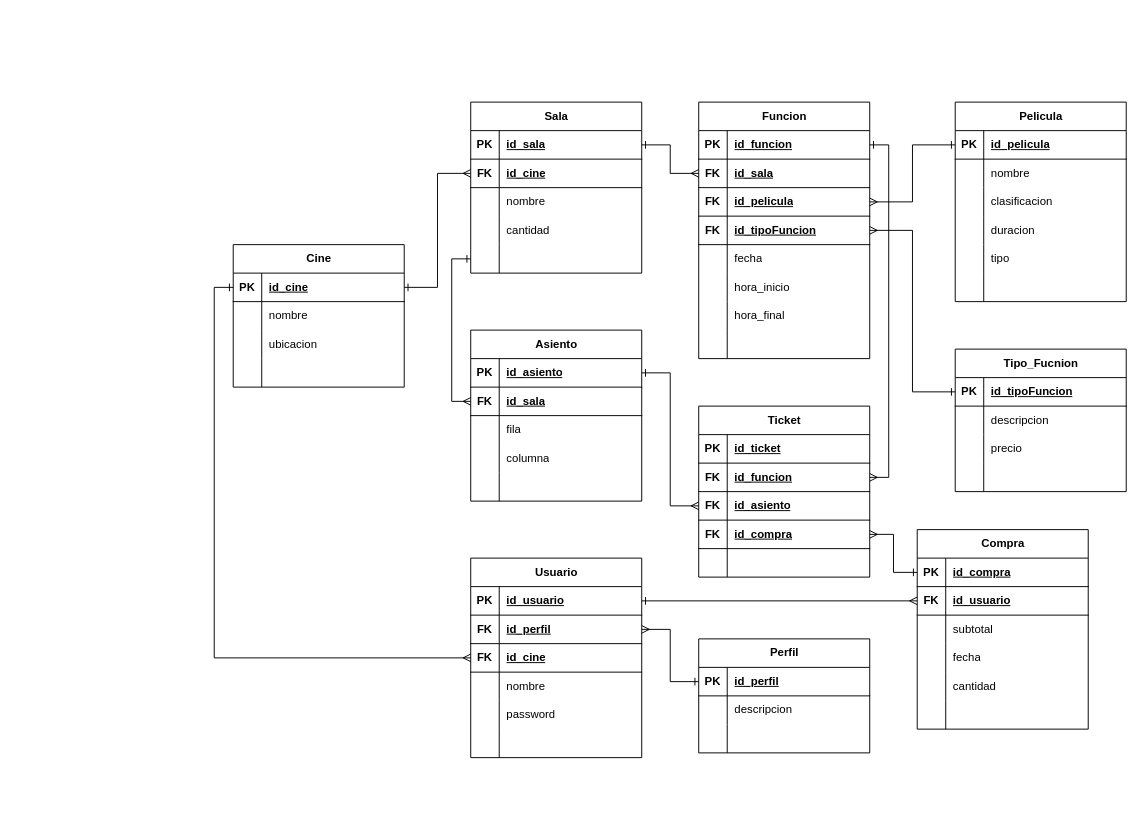
Before: Untitled Diagram.drawio in velozo-ag/graphs, a draw.io diagram. Source tidied: cells renumbered, new cells numbered last; positions are measured from the earlier drawing's top-left corner, leaving out a move shared by most shapes. Both pictures are drawn from the tidied source at 95%, with x=0, y=0 at pixel (233, 102).
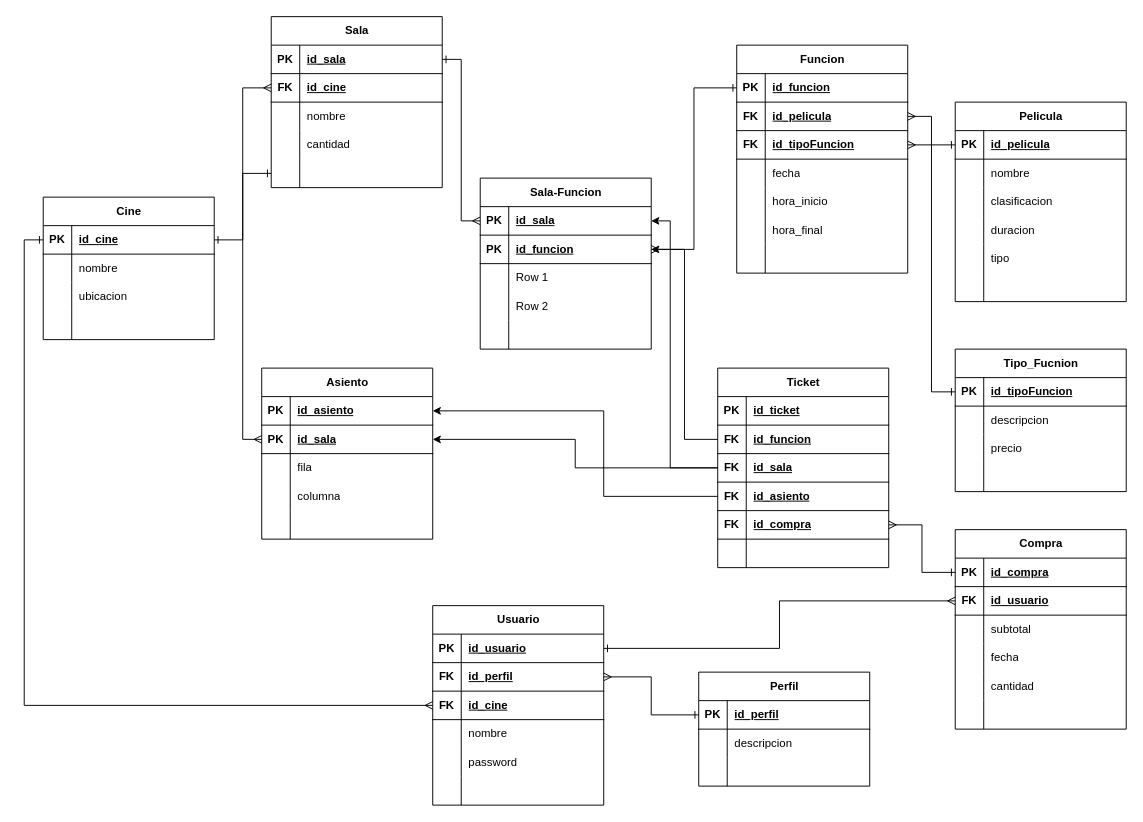
The same page after the edit.

The change refers to these unchanged cells:
```xml
<mxCell id="3" style="shape=tableRow;horizontal=0;startSize=0;swimlaneHead=0;swimlaneBody=0;fillColor=none;points=[[0,0.5],[1,0.5]];portConstraint=eastwest;top=0;left=0;right=0;bottom=1;" parent="2" vertex="1">
  <mxGeometry y="30" width="180" height="30" as="geometry" />
</mxCell>
<mxCell id="19" style="shape=tableRow;horizontal=0;startSize=0;swimlaneHead=0;swimlaneBody=0;fillColor=none;points=[[0,0.5],[1,0.5]];portConstraint=eastwest;top=0;left=0;right=0;bottom=1;" parent="18" vertex="1">
  <mxGeometry y="30" width="180" height="30" as="geometry" />
</mxCell>
<mxCell id="22" style="shape=tableRow;horizontal=0;startSize=0;swimlaneHead=0;swimlaneBody=0;fillColor=none;points=[[0,0.5],[1,0.5]];portConstraint=eastwest;top=0;left=0;right=0;bottom=1;" parent="18" vertex="1">
  <mxGeometry y="60" width="180" height="30" as="geometry" />
</mxCell>
<mxCell id="48" style="shape=tableRow;horizontal=0;startSize=0;swimlaneHead=0;swimlaneBody=0;fillColor=none;points=[[0,0.5],[1,0.5]];portConstraint=eastwest;top=0;left=0;right=0;bottom=1;" parent="47" vertex="1">
  <mxGeometry y="30" width="180" height="30" as="geometry" />
</mxCell>
<mxCell id="95" style="shape=tableRow;horizontal=0;startSize=0;swimlaneHead=0;swimlaneBody=0;fillColor=none;points=[[0,0.5],[1,0.5]];portConstraint=eastwest;top=0;left=0;right=0;bottom=1;" parent="91" vertex="1">
  <mxGeometry y="60" width="180" height="30" as="geometry" />
</mxCell>
<mxCell id="98" style="shape=tableRow;horizontal=0;startSize=0;swimlaneHead=0;swimlaneBody=0;fillColor=none;points=[[0,0.5],[1,0.5]];portConstraint=eastwest;top=0;left=0;right=0;bottom=1;" parent="91" vertex="1">
  <mxGeometry y="90" width="180" height="30" as="geometry" />
</mxCell>
```

What changed in the source:
```diff
@@
     <mxCell id="2" value="Sala" style="shape=table;startSize=30;childLayout=tableLayout;rowLines=0;fontStyle=1;align=center;html=1;" parent="1" vertex="1">
-      <mxGeometry x="250" width="180" height="180" as="geometry" />
+      <mxGeometry x="40" y="-90" width="180" height="180" as="geometry" />
     </mxCell>
@@
     <mxCell id="18" value="Asiento" style="shape=table;startSize=30;childLayout=tableLayout;rowLines=0;fontStyle=1;align=center;html=1;" parent="1" vertex="1">
-      <mxGeometry x="250" y="240" width="180" height="180" as="geometry" />
+      <mxGeometry x="30" y="280" width="180" height="180" as="geometry" />
     </mxCell>
@@
-    <mxCell id="23" value="FK" style="shape=partialRectangle;fillColor=none;top=0;left=0;bottom=0;right=0;fontStyle=1;overflow=hidden;whiteSpace=wrap;html=1;" parent="22" vertex="1">
+    <mxCell id="23" value="PK" style="shape=partialRectangle;fillColor=none;top=0;left=0;bottom=0;right=0;fontStyle=1;overflow=hidden;whiteSpace=wrap;html=1;" parent="22" vertex="1">
       <mxGeometry width="30" height="30" as="geometry" />
     </mxCell>
@@
     <mxCell id="34" value="Cine" style="shape=table;startSize=30;childLayout=tableLayout;rowLines=0;fontStyle=1;align=center;html=1;" parent="1" vertex="1">
-      <mxGeometry y="150" width="180" height="150" as="geometry" />
+      <mxGeometry x="-200" y="100" width="180" height="150" as="geometry" />
     </mxCell>
@@
     <mxCell id="47" value="Funcion" style="shape=table;startSize=30;childLayout=tableLayout;rowLines=0;fontStyle=1;align=center;html=1;" parent="1" vertex="1">
-      <mxGeometry x="490" width="180" height="270" as="geometry" />
+      <mxGeometry x="530" y="-60" width="180" height="240" as="geometry" />
     </mxCell>
@@
-    <mxCell id="51" style="shape=tableRow;horizontal=0;startSize=0;swimlaneHead=0;swimlaneBody=0;fillColor=none;points=[[0,0.5],[1,0.5]];portConstraint=eastwest;top=0;left=0;right=0;bottom=1;" parent="47" vertex="1">
-      <mxGeometry y="60" width="180" height="30" as="geometry" />
-    </mxCell>
-    <mxCell id="52" value="FK" style="shape=partialRectangle;fillColor=none;top=0;left=0;bottom=0;right=0;fontStyle=1;overflow=hidden;whiteSpace=wrap;html=1;" parent="51" vertex="1">
-      <mxGeometry width="30" height="30" as="geometry" />
-    </mxCell>
-    <mxCell id="53" value="id_sala" style="shape=partialRectangle;fillColor=none;top=0;left=0;bottom=0;right=0;align=left;spacingLeft=6;fontStyle=5;overflow=hidden;whiteSpace=wrap;html=1;" parent="51" vertex="1">
-      <mxGeometry x="30" width="150" height="30" as="geometry" />
-    </mxCell>
     <mxCell id="54" style="shape=tableRow;horizontal=0;startSize=0;swimlaneHead=0;swimlaneBody=0;fillColor=none;points=[[0,0.5],[1,0.5]];portConstraint=eastwest;top=0;left=0;right=0;bottom=1;" parent="47" vertex="1">
-      <mxGeometry y="90" width="180" height="30" as="geometry" />
+      <mxGeometry y="60" width="180" height="30" as="geometry" />
     </mxCell>
@@
     <mxCell id="57" style="shape=tableRow;horizontal=0;startSize=0;swimlaneHead=0;swimlaneBody=0;fillColor=none;points=[[0,0.5],[1,0.5]];portConstraint=eastwest;top=0;left=0;right=0;bottom=1;" parent="47" vertex="1">
-      <mxGeometry y="120" width="180" height="30" as="geometry" />
+      <mxGeometry y="90" width="180" height="30" as="geometry" />
     </mxCell>
@@
     <mxCell id="60" style="shape=tableRow;horizontal=0;startSize=0;swimlaneHead=0;swimlaneBody=0;fillColor=none;top=0;left=0;right=0;bottom=0;" parent="47" vertex="1">
-      <mxGeometry y="150" width="180" height="30" as="geometry" />
+      <mxGeometry y="120" width="180" height="30" as="geometry" />
     </mxCell>
@@
     <mxCell id="63" style="shape=tableRow;horizontal=0;startSize=0;swimlaneHead=0;swimlaneBody=0;fillColor=none;top=0;left=0;right=0;bottom=0;" parent="47" vertex="1">
-      <mxGeometry y="180" width="180" height="30" as="geometry" />
+      <mxGeometry y="150" width="180" height="30" as="geometry" />
     </mxCell>
@@
     <mxCell id="66" style="shape=tableRow;horizontal=0;startSize=0;swimlaneHead=0;swimlaneBody=0;fillColor=none;top=0;left=0;right=0;bottom=0;" parent="47" vertex="1">
-      <mxGeometry y="210" width="180" height="30" as="geometry" />
+      <mxGeometry y="180" width="180" height="30" as="geometry" />
     </mxCell>
@@
     <mxCell id="69" style="shape=tableRow;horizontal=0;startSize=0;swimlaneHead=0;swimlaneBody=0;fillColor=none;top=0;left=0;right=0;bottom=0;" parent="47" vertex="1">
-      <mxGeometry y="240" width="180" height="30" as="geometry" />
+      <mxGeometry y="210" width="180" height="30" as="geometry" />
     </mxCell>
@@
     <mxCell id="91" value="Ticket" style="shape=table;startSize=30;childLayout=tableLayout;rowLines=0;fontStyle=1;align=center;html=1;" parent="1" vertex="1">
-      <mxGeometry x="490" y="320" width="180" height="180" as="geometry" />
+      <mxGeometry x="510" y="280" width="180" height="210" as="geometry" />
     </mxCell>
@@
-    <mxCell id="100" value="id_asiento" style="shape=partialRectangle;fillColor=none;top=0;left=0;bottom=0;right=0;align=left;spacingLeft=6;fontStyle=5;overflow=hidden;whiteSpace=wrap;html=1;" parent="98" vertex="1">
+    <mxCell id="100" value="id_sala" style="shape=partialRectangle;fillColor=none;top=0;left=0;bottom=0;right=0;align=left;spacingLeft=6;fontStyle=5;overflow=hidden;whiteSpace=wrap;html=1;" parent="98" vertex="1">
       <mxGeometry x="30" width="150" height="30" as="geometry" />
     </mxCell>
+    <mxCell id="179" style="shape=tableRow;horizontal=0;startSize=0;swimlaneHead=0;swimlaneBody=0;fillColor=none;points=[[0,0.5],[1,0.5]];portConstraint=eastwest;top=0;left=0;right=0;bottom=1;" parent="91" vertex="1">
+      <mxGeometry y="120" width="180" height="30" as="geometry" />
+    </mxCell>
+    <mxCell id="52" value="FK" style="shape=partialRectangle;fillColor=none;top=0;left=0;bottom=0;right=0;fontStyle=1;overflow=hidden;whiteSpace=wrap;html=1;" parent="179" vertex="1">
+      <mxGeometry width="30" height="30" as="geometry" />
+    </mxCell>
+    <mxCell id="180" value="id_asiento" style="shape=partialRectangle;fillColor=none;top=0;left=0;bottom=0;right=0;align=left;spacingLeft=6;fontStyle=5;overflow=hidden;whiteSpace=wrap;html=1;" parent="179" vertex="1">
+      <mxGeometry x="30" width="150" height="30" as="geometry" />
+    </mxCell>
     <mxCell id="101" style="shape=tableRow;horizontal=0;startSize=0;swimlaneHead=0;swimlaneBody=0;fillColor=none;points=[[0,0.5],[1,0.5]];portConstraint=eastwest;top=0;left=0;right=0;bottom=1;" parent="91" vertex="1">
-      <mxGeometry y="120" width="180" height="30" as="geometry" />
+      <mxGeometry y="150" width="180" height="30" as="geometry" />
     </mxCell>
@@
     <mxCell id="104" style="shape=tableRow;horizontal=0;startSize=0;swimlaneHead=0;swimlaneBody=0;fillColor=none;top=0;left=0;right=0;bottom=0;" parent="91" vertex="1">
-      <mxGeometry y="150" width="180" height="30" as="geometry" />
+      <mxGeometry y="180" width="180" height="30" as="geometry" />
     </mxCell>
@@
     <mxCell id="120" value="Compra" style="shape=table;startSize=30;childLayout=tableLayout;rowLines=0;fontStyle=1;align=center;html=1;" parent="1" vertex="1">
-      <mxGeometry x="720" y="450" width="180" height="210" as="geometry" />
+      <mxGeometry x="760" y="450" width="180" height="210" as="geometry" />
     </mxCell>
@@
-    <mxCell id="139" style="edgeStyle=orthogonalEdgeStyle;rounded=0;jettySize=auto;html=1;exitX=1;exitY=0.5;exitDx=0;exitDy=0;entryX=0;entryY=0.5;entryDx=0;entryDy=0;endArrow=ERmany;endFill=0;startArrow=ERone;startFill=0;" parent="1" edge="1" source="3" target="51">
-      <mxGeometry relative="1" as="geometry" />
-    </mxCell>
@@
-    <mxCell id="143" style="edgeStyle=orthogonalEdgeStyle;rounded=0;jettySize=auto;html=1;exitX=0;exitY=0.5;exitDx=0;exitDy=0;entryX=1;entryY=0.5;entryDx=0;entryDy=0;endArrow=ERone;endFill=0;startArrow=ERmany;startFill=0;" parent="1" edge="1" source="98" target="19">
-      <mxGeometry relative="1" as="geometry" />
-    </mxCell>
-    <mxCell id="144" style="edgeStyle=orthogonalEdgeStyle;rounded=0;jettySize=auto;html=1;exitX=1;exitY=0.5;exitDx=0;exitDy=0;entryX=1;entryY=0.5;entryDx=0;entryDy=0;endArrow=ERone;endFill=0;startArrow=ERmany;startFill=0;" parent="1" edge="1" source="95" target="48">
-      <mxGeometry relative="1" as="geometry" />
-    </mxCell>
@@
     <mxCell id="146" value="Usuario" style="shape=table;startSize=30;childLayout=tableLayout;rowLines=0;fontStyle=1;align=center;html=1;" parent="1" vertex="1">
-      <mxGeometry x="250" y="480" width="180" height="210" as="geometry" />
+      <mxGeometry x="210" y="530" width="180" height="210" as="geometry" />
     </mxCell>
@@
     <mxCell id="168" value="Perfil" style="shape=table;startSize=30;childLayout=tableLayout;rowLines=0;fontStyle=1;align=center;html=1;" parent="1" vertex="1">
-      <mxGeometry x="490" y="565" width="180" height="120" as="geometry" />
+      <mxGeometry x="490" y="600" width="180" height="120" as="geometry" />
     </mxCell>
@@
+    <mxCell id="181" value="Sala-Funcion" style="shape=table;startSize=30;childLayout=tableLayout;rowLines=0;fontStyle=1;align=center;html=1;" parent="1" vertex="1">
+      <mxGeometry x="260" y="80" width="180" height="180" as="geometry" />
+    </mxCell>
+    <mxCell id="182" style="shape=tableRow;horizontal=0;startSize=0;swimlaneHead=0;swimlaneBody=0;fillColor=none;points=[[0,0.5],[1,0.5]];portConstraint=eastwest;top=0;left=0;right=0;bottom=1;" parent="181" vertex="1">
+      <mxGeometry y="30" width="180" height="30" as="geometry" />
+    </mxCell>
+    <mxCell id="183" value="PK" style="shape=partialRectangle;fillColor=none;top=0;left=0;bottom=0;right=0;fontStyle=1;overflow=hidden;whiteSpace=wrap;html=1;" parent="182" vertex="1">
+      <mxGeometry width="30" height="30" as="geometry" />
+    </mxCell>
+    <mxCell id="53" value="id_sala" style="shape=partialRectangle;fillColor=none;top=0;left=0;bottom=0;right=0;align=left;spacingLeft=6;fontStyle=5;overflow=hidden;whiteSpace=wrap;html=1;" parent="182" vertex="1">
+      <mxGeometry x="30" width="150" height="30" as="geometry" />
+    </mxCell>
+    <mxCell id="51" style="shape=tableRow;horizontal=0;startSize=0;swimlaneHead=0;swimlaneBody=0;fillColor=none;points=[[0,0.5],[1,0.5]];portConstraint=eastwest;top=0;left=0;right=0;bottom=1;" parent="181" vertex="1">
+      <mxGeometry y="60" width="180" height="30" as="geometry" />
+    </mxCell>
+    <mxCell id="184" value="PK" style="shape=partialRectangle;fillColor=none;top=0;left=0;bottom=0;right=0;fontStyle=1;overflow=hidden;whiteSpace=wrap;html=1;" parent="51" vertex="1">
+      <mxGeometry width="30" height="30" as="geometry" />
+    </mxCell>
+    <mxCell id="185" value="id_funcion" style="shape=partialRectangle;fillColor=none;top=0;left=0;bottom=0;right=0;align=left;spacingLeft=6;fontStyle=5;overflow=hidden;whiteSpace=wrap;html=1;" parent="51" vertex="1">
+      <mxGeometry x="30" width="150" height="30" as="geometry" />
+    </mxCell>
+    <mxCell id="186" style="shape=tableRow;horizontal=0;startSize=0;swimlaneHead=0;swimlaneBody=0;fillColor=none;top=0;left=0;right=0;bottom=0;" parent="181" vertex="1">
+      <mxGeometry y="90" width="180" height="30" as="geometry" />
+    </mxCell>
+    <mxCell id="187" style="shape=partialRectangle;fillColor=none;top=0;left=0;bottom=0;right=0;overflow=hidden;whiteSpace=wrap;html=1;" parent="186" vertex="1">
+      <mxGeometry width="30" height="30" as="geometry" />
+    </mxCell>
+    <mxCell id="188" value="Row 1" style="shape=partialRectangle;fillColor=none;top=0;left=0;bottom=0;right=0;align=left;spacingLeft=6;overflow=hidden;whiteSpace=wrap;html=1;" parent="186" vertex="1">
+      <mxGeometry x="30" width="150" height="30" as="geometry" />
+    </mxCell>
+    <mxCell id="189" style="shape=tableRow;horizontal=0;startSize=0;swimlaneHead=0;swimlaneBody=0;fillColor=none;top=0;left=0;right=0;bottom=0;" parent="181" vertex="1">
+      <mxGeometry y="120" width="180" height="30" as="geometry" />
+    </mxCell>
+    <mxCell id="190" style="shape=partialRectangle;fillColor=none;top=0;left=0;bottom=0;right=0;overflow=hidden;whiteSpace=wrap;html=1;" parent="189" vertex="1">
+      <mxGeometry width="30" height="30" as="geometry" />
+    </mxCell>
+    <mxCell id="191" value="Row 2" style="shape=partialRectangle;fillColor=none;top=0;left=0;bottom=0;right=0;align=left;spacingLeft=6;overflow=hidden;whiteSpace=wrap;html=1;" parent="189" vertex="1">
+      <mxGeometry x="30" width="150" height="30" as="geometry" />
+    </mxCell>
+    <mxCell id="192" style="shape=tableRow;horizontal=0;startSize=0;swimlaneHead=0;swimlaneBody=0;fillColor=none;top=0;left=0;right=0;bottom=0;" parent="181" vertex="1">
+      <mxGeometry y="150" width="180" height="30" as="geometry" />
+    </mxCell>
+    <mxCell id="193" style="shape=partialRectangle;fillColor=none;top=0;left=0;bottom=0;right=0;overflow=hidden;whiteSpace=wrap;html=1;" parent="192" vertex="1">
+      <mxGeometry width="30" height="30" as="geometry" />
+    </mxCell>
+    <mxCell id="194" style="shape=partialRectangle;fillColor=none;top=0;left=0;bottom=0;right=0;align=left;spacingLeft=6;overflow=hidden;whiteSpace=wrap;html=1;" parent="192" vertex="1">
+      <mxGeometry x="30" width="150" height="30" as="geometry" />
+    </mxCell>
+    <mxCell id="195" style="edgeStyle=orthogonalEdgeStyle;rounded=0;jettySize=auto;html=1;exitX=1;exitY=0.5;exitDx=0;exitDy=0;entryX=0;entryY=0.5;entryDx=0;entryDy=0;startArrow=ERone;startFill=0;endArrow=ERmany;endFill=0;" parent="1" edge="1" source="3" target="182">
+      <mxGeometry relative="1" as="geometry" />
+    </mxCell>
+    <mxCell id="196" style="edgeStyle=orthogonalEdgeStyle;rounded=0;jettySize=auto;html=1;exitX=0;exitY=0.5;exitDx=0;exitDy=0;entryX=1;entryY=0.5;entryDx=0;entryDy=0;endArrow=ERmany;endFill=0;startArrow=ERone;startFill=0;" parent="1" edge="1" source="48" target="51">
+      <mxGeometry relative="1" as="geometry" />
+    </mxCell>
+    <mxCell id="197" style="edgeStyle=orthogonalEdgeStyle;rounded=0;jettySize=auto;html=1;exitX=0;exitY=0.5;exitDx=0;exitDy=0;entryX=1;entryY=0.5;entryDx=0;entryDy=0;" parent="1" edge="1" source="95" target="51">
+      <mxGeometry relative="1" as="geometry" />
+    </mxCell>
+    <mxCell id="198" style="edgeStyle=orthogonalEdgeStyle;rounded=0;jettySize=auto;html=1;exitX=0;exitY=0.5;exitDx=0;exitDy=0;entryX=1;entryY=0.5;entryDx=0;entryDy=0;" parent="1" edge="1" source="98" target="182">
+      <mxGeometry relative="1" as="geometry">
+        <Array as="points">
+          <mxPoint x="460" y="385" />
+          <mxPoint x="460" y="125" />
+        </Array>
+      </mxGeometry>
+    </mxCell>
+    <mxCell id="199" style="edgeStyle=orthogonalEdgeStyle;rounded=0;jettySize=auto;html=1;exitX=0;exitY=0.5;exitDx=0;exitDy=0;entryX=1;entryY=0.5;entryDx=0;entryDy=0;" parent="1" edge="1" source="179" target="19">
+      <mxGeometry relative="1" as="geometry">
+        <Array as="points">
+          <mxPoint x="390" y="415" />
+          <mxPoint x="390" y="325" />
+        </Array>
+      </mxGeometry>
+    </mxCell>
+    <mxCell id="200" style="edgeStyle=orthogonalEdgeStyle;rounded=0;jettySize=auto;html=1;exitX=0;exitY=0.5;exitDx=0;exitDy=0;entryX=1;entryY=0.5;entryDx=0;entryDy=0;" parent="1" edge="1" source="98" target="22">
+      <mxGeometry relative="1" as="geometry" />
+    </mxCell>
```
